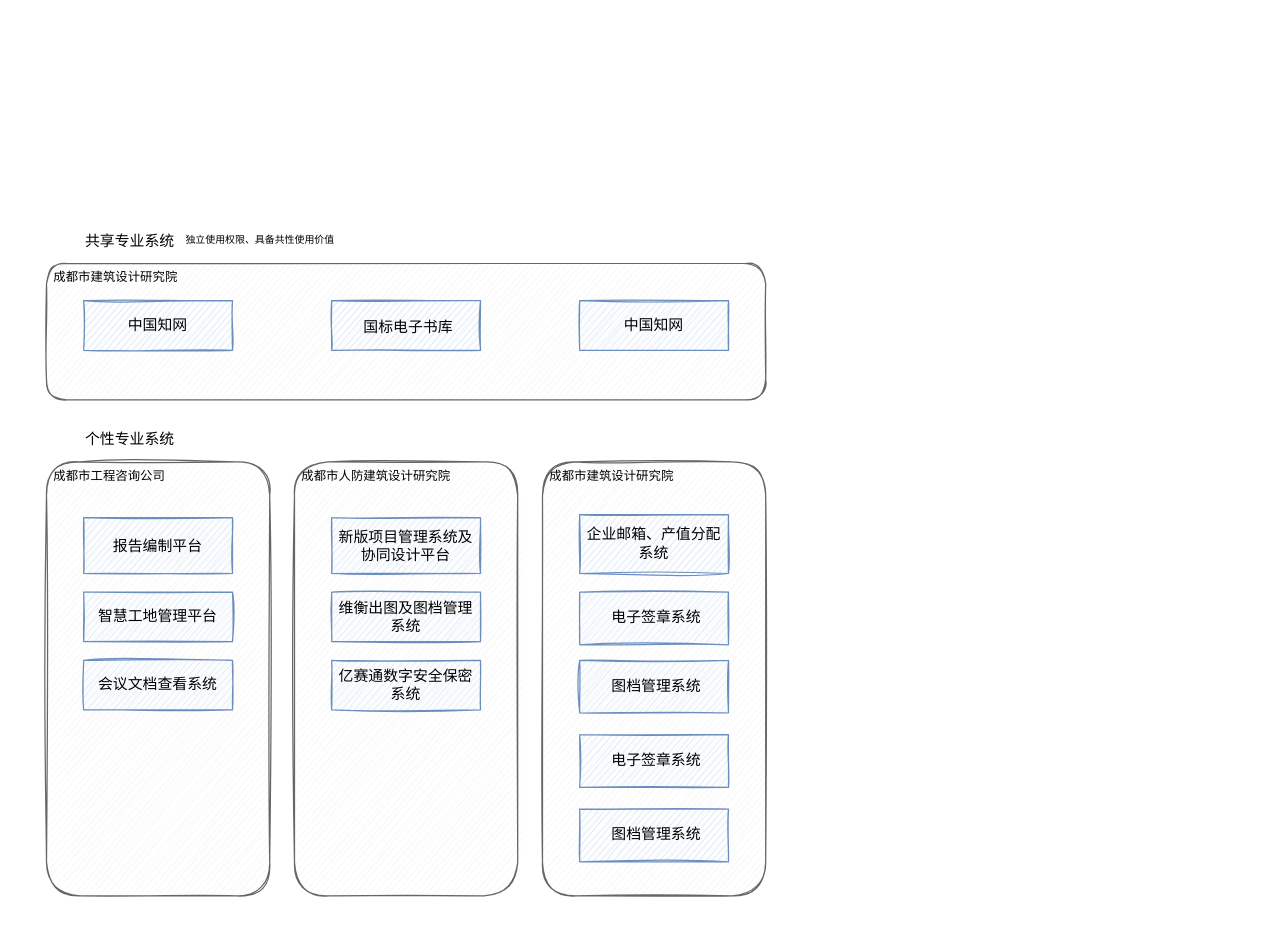
Earlier version of the draw.io diagram cdzx.drawio (imhzx/demo-diagrams). Source tidied: cells renumbered, new cells numbered last; positions are measured from the earlier drawing's top-left corner, leaving out a move shared by most shapes. Both pictures are drawn from the tidied source at 124%, with x=0, y=0 at pixel (21, 226).
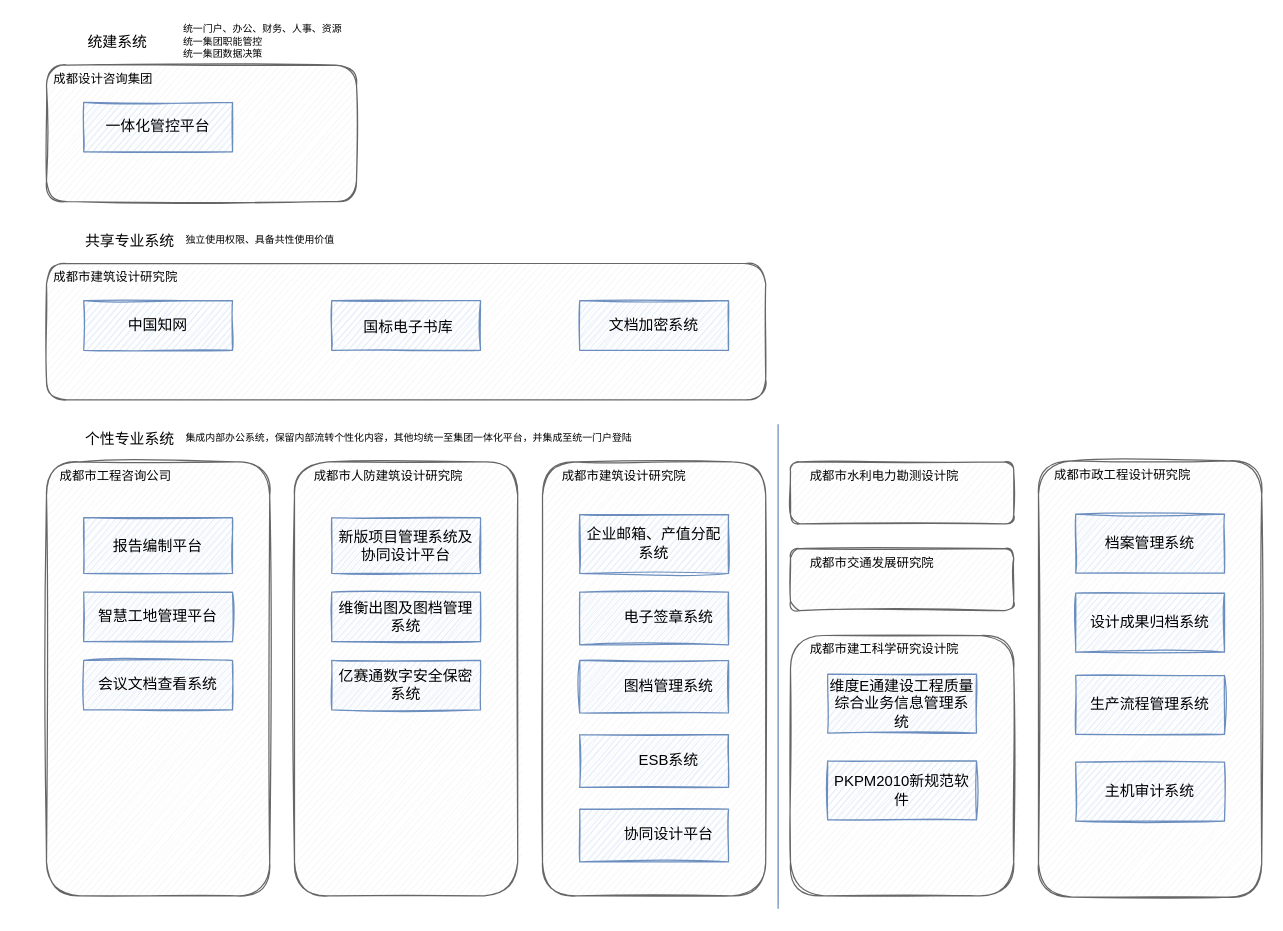
The same page after the edit.

Change to the diagram source:
```diff
@@
-    <mxCell id="4" value="&lt;span style=&quot;color: rgb(0, 0, 0); font-size: 12px; font-style: normal; font-weight: normal; letter-spacing: normal; text-align: justify; text-indent: 24px; text-transform: none; word-spacing: 0px; text-decoration: none; display: inline; float: none;&quot;&gt;中国知网&lt;/span&gt;" style="rounded=0;whiteSpace=wrap;html=1;sketch=1;fillColor=#dae8fc;strokeColor=#6c8ebf;" parent="1" vertex="1">
+    <mxCell id="4" value="&lt;span style=&quot;color: rgb(0 , 0 , 0) ; font-size: 12px ; font-style: normal ; font-weight: normal ; letter-spacing: normal ; text-align: justify ; text-indent: 24px ; text-transform: none ; word-spacing: 0px ; text-decoration: none ; display: inline ; float: none&quot;&gt;文档加密系统&lt;/span&gt;" style="rounded=0;whiteSpace=wrap;html=1;sketch=1;fillColor=#dae8fc;strokeColor=#6c8ebf;" parent="1" vertex="1">
       <mxGeometry x="450" y="60" width="120" height="40" as="geometry" />
     </mxCell>
@@
-    <mxCell id="8" value="&lt;span style=&quot;color: rgb(0 , 0 , 0) ; font-size: 12px ; font-style: normal ; font-weight: normal ; letter-spacing: normal ; text-align: justify ; text-indent: 24px ; text-transform: none ; word-spacing: 0px ; text-decoration: none ; display: inline ; float: none&quot;&gt;报告编制平台&lt;/span&gt;" style="rounded=0;whiteSpace=wrap;html=1;sketch=1;fillColor=#dae8fc;strokeColor=#6c8ebf;" parent="1" vertex="1">
+    <mxCell id="8" value="&lt;span style=&quot;color: rgb(0, 0, 0); font-size: 12px; font-style: normal; font-weight: normal; letter-spacing: normal; text-indent: 24px; text-transform: none; word-spacing: 0px; text-decoration: none; display: inline; float: none;&quot;&gt;报告编制平台&lt;/span&gt;" style="rounded=0;whiteSpace=wrap;html=1;sketch=1;fillColor=#dae8fc;strokeColor=#6c8ebf;align=center;" parent="1" vertex="1">
       <mxGeometry x="50" y="235" width="120" height="45" as="geometry" />
     </mxCell>
@@
     <mxCell id="12" value="&lt;p class=&quot;p1&quot; style=&quot;margin: 0px ; text-indent: 24px ; font-stretch: normal ; line-height: normal ; font-family: &amp;#34;simsong&amp;#34; ; font-size: 10px&quot;&gt;成都市工程咨询公司&lt;/p&gt;" style="text;html=1;align=left;verticalAlign=middle;rounded=0;sketch=1;fontSize=10;" parent="1" vertex="1">
-      <mxGeometry y="190" width="130" height="20" as="geometry" />
+      <mxGeometry x="5" y="190" width="130" height="20" as="geometry" />
     </mxCell>
@@
     <mxCell id="14" value="&lt;p class=&quot;p1&quot; style=&quot;margin: 0px ; text-indent: 24px ; font-stretch: normal ; line-height: normal ; font-family: &amp;#34;simsong&amp;#34; ; font-size: 10px&quot;&gt;成都市人防建筑设计研究院&lt;/p&gt;" style="text;html=1;align=left;verticalAlign=middle;rounded=0;sketch=1;fontSize=10;" parent="1" vertex="1">
-      <mxGeometry x="200" y="190" width="160" height="20" as="geometry" />
+      <mxGeometry x="210" y="190" width="160" height="20" as="geometry" />
     </mxCell>
@@
     <mxCell id="16" value="&lt;p class=&quot;p1&quot; style=&quot;margin: 0px ; text-indent: 24px ; font-stretch: normal ; line-height: normal ; font-family: &amp;#34;simsong&amp;#34; ; font-size: 10px&quot;&gt;成都市建筑设计研究院&lt;/p&gt;" style="text;html=1;align=left;verticalAlign=middle;rounded=0;sketch=1;fontSize=10;" parent="1" vertex="1">
-      <mxGeometry x="400" y="190" width="140" height="20" as="geometry" />
+      <mxGeometry x="410" y="190" width="140" height="20" as="geometry" />
     </mxCell>
-    <mxCell id="17" value="&lt;span style=&quot;color: rgb(0 , 0 , 0) ; font-size: 12px ; font-style: normal ; font-weight: normal ; letter-spacing: normal ; text-align: justify ; text-indent: 24px ; text-transform: none ; word-spacing: 0px ; text-decoration: none ; display: inline ; float: none&quot;&gt;智慧工地管理平台&lt;/span&gt;" style="rounded=0;whiteSpace=wrap;html=1;sketch=1;fillColor=#dae8fc;strokeColor=#6c8ebf;" parent="1" vertex="1">
+    <mxCell id="17" value="&lt;span style=&quot;color: rgb(0, 0, 0); font-size: 12px; font-style: normal; font-weight: normal; letter-spacing: normal; text-indent: 24px; text-transform: none; word-spacing: 0px; text-decoration: none; display: inline; float: none;&quot;&gt;智慧工地管理平台&lt;/span&gt;" style="rounded=0;whiteSpace=wrap;html=1;sketch=1;fillColor=#dae8fc;strokeColor=#6c8ebf;align=center;" parent="1" vertex="1">
       <mxGeometry x="50" y="295" width="120" height="40" as="geometry" />
     </mxCell>
-    <mxCell id="18" value="&lt;span style=&quot;color: rgb(0 , 0 , 0) ; font-size: 12px ; font-style: normal ; font-weight: normal ; letter-spacing: normal ; text-align: justify ; text-indent: 24px ; text-transform: none ; word-spacing: 0px ; text-decoration: none ; display: inline ; float: none&quot;&gt;会议文档查看系统&lt;/span&gt;" style="rounded=0;whiteSpace=wrap;html=1;sketch=1;fillColor=#dae8fc;strokeColor=#6c8ebf;" parent="1" vertex="1">
+    <mxCell id="18" value="&lt;span style=&quot;color: rgb(0, 0, 0); font-size: 12px; font-style: normal; font-weight: normal; letter-spacing: normal; text-indent: 24px; text-transform: none; word-spacing: 0px; text-decoration: none; display: inline; float: none;&quot;&gt;会议文档查看系统&lt;/span&gt;" style="rounded=0;whiteSpace=wrap;html=1;sketch=1;fillColor=#dae8fc;strokeColor=#6c8ebf;align=center;" parent="1" vertex="1">
       <mxGeometry x="50" y="350" width="120" height="40" as="geometry" />
     </mxCell>
@@
-    <mxCell id="23" value="&lt;div style=&quot;text-indent: 24px;&quot;&gt;&lt;span&gt;电子签章系统&lt;/span&gt;&lt;/div&gt;" style="rounded=0;whiteSpace=wrap;html=1;sketch=1;fillColor=#dae8fc;strokeColor=#6c8ebf;align=left;" parent="1" vertex="1">
+    <mxCell id="23" value="&lt;div style=&quot;text-indent: 24px;&quot;&gt;&lt;span&gt;电子签章系统&lt;/span&gt;&lt;/div&gt;" style="rounded=0;whiteSpace=wrap;html=1;sketch=1;fillColor=#dae8fc;strokeColor=#6c8ebf;align=center;" parent="1" vertex="1">
       <mxGeometry x="450" y="295" width="120" height="42.5" as="geometry" />
     </mxCell>
-    <mxCell id="24" value="&lt;div style=&quot;text-indent: 24px;&quot;&gt;&lt;span&gt;图档管理系统&lt;/span&gt;&lt;/div&gt;" style="rounded=0;whiteSpace=wrap;html=1;sketch=1;fillColor=#dae8fc;strokeColor=#6c8ebf;align=left;" parent="1" vertex="1">
+    <mxCell id="24" value="&lt;div style=&quot;text-indent: 24px;&quot;&gt;&lt;span&gt;图档管理系统&lt;/span&gt;&lt;/div&gt;" style="rounded=0;whiteSpace=wrap;html=1;sketch=1;fillColor=#dae8fc;strokeColor=#6c8ebf;align=center;" parent="1" vertex="1">
       <mxGeometry x="450" y="350" width="120" height="42.5" as="geometry" />
     </mxCell>
-    <mxCell id="25" value="&lt;div style=&quot;text-indent: 24px;&quot;&gt;&lt;span&gt;电子签章系统&lt;/span&gt;&lt;/div&gt;" style="rounded=0;whiteSpace=wrap;html=1;sketch=1;fillColor=#dae8fc;strokeColor=#6c8ebf;align=left;" parent="1" vertex="1">
+    <mxCell id="25" value="&lt;div style=&quot;text-indent: 24px&quot;&gt;&lt;span&gt;ESB系统&lt;/span&gt;&lt;/div&gt;" style="rounded=0;whiteSpace=wrap;html=1;sketch=1;fillColor=#dae8fc;strokeColor=#6c8ebf;align=center;" parent="1" vertex="1">
       <mxGeometry x="450" y="410" width="120" height="42.5" as="geometry" />
     </mxCell>
-    <mxCell id="26" value="&lt;div style=&quot;text-indent: 24px;&quot;&gt;&lt;span&gt;图档管理系统&lt;/span&gt;&lt;/div&gt;" style="rounded=0;whiteSpace=wrap;html=1;sketch=1;fillColor=#dae8fc;strokeColor=#6c8ebf;align=left;" parent="1" vertex="1">
+    <mxCell id="26" value="&lt;div style=&quot;text-indent: 24px&quot;&gt;协同设计平台&lt;/div&gt;" style="rounded=0;whiteSpace=wrap;html=1;sketch=1;fillColor=#dae8fc;strokeColor=#6c8ebf;align=center;" parent="1" vertex="1">
       <mxGeometry x="450" y="470" width="120" height="42.5" as="geometry" />
     </mxCell>
+    <mxCell id="27" value="&lt;p class=&quot;p1&quot; style=&quot;margin: 0px ; text-align: justify ; text-indent: 24px ; font-stretch: normal ; line-height: normal ; font-family: &amp;#34;simsong&amp;#34; ; font-size: 8px&quot;&gt;集成内部办公系统，保留内部流转个性化内容，其他均统一至集团一体化平台，并集成至统一门户登陆&lt;/p&gt;" style="text;html=1;align=center;verticalAlign=middle;strokeColor=none;fillColor=none;rounded=0;sketch=1;fontSize=8;" parent="1" vertex="1">
+      <mxGeometry x="100" y="165" width="400" height="10" as="geometry" />
+    </mxCell>
+    <mxCell id="28" style="rounded=1;whiteSpace=wrap;html=1;sketch=1;fontSize=8;fillColor=#f5f5f5;strokeColor=#666666;fontColor=#333333;" parent="1" vertex="1">
+      <mxGeometry x="620" y="190" width="180" height="50" as="geometry" />
+    </mxCell>
+    <mxCell id="29" value="&lt;p class=&quot;p1&quot; style=&quot;margin: 0px ; text-indent: 24px ; font-stretch: normal ; line-height: normal ; font-family: &amp;#34;simsong&amp;#34; ; font-size: 10px&quot;&gt;成都市水利电力勘测设计院&lt;/p&gt;" style="text;html=1;align=left;verticalAlign=middle;rounded=0;sketch=1;fontSize=10;" parent="1" vertex="1">
+      <mxGeometry x="610" y="190" width="160" height="20" as="geometry" />
+    </mxCell>
+    <mxCell id="30" style="rounded=1;whiteSpace=wrap;html=1;sketch=1;fontSize=8;fillColor=#f5f5f5;strokeColor=#666666;fontColor=#333333;" parent="1" vertex="1">
+      <mxGeometry x="620" y="260" width="180" height="50" as="geometry" />
+    </mxCell>
+    <mxCell id="31" value="&lt;p class=&quot;p1&quot; style=&quot;margin: 0px ; text-indent: 24px ; font-stretch: normal ; line-height: normal ; font-family: &amp;#34;simsong&amp;#34; ; font-size: 10px&quot;&gt;成都市交通发展研究院&lt;/p&gt;" style="text;html=1;align=left;verticalAlign=middle;rounded=0;sketch=1;fontSize=10;" parent="1" vertex="1">
+      <mxGeometry x="610" y="260" width="140" height="20" as="geometry" />
+    </mxCell>
+    <mxCell id="32" style="rounded=1;whiteSpace=wrap;html=1;sketch=1;fontSize=8;fillColor=#f5f5f5;strokeColor=#666666;fontColor=#333333;" parent="1" vertex="1">
+      <mxGeometry x="620" y="330" width="180" height="210" as="geometry" />
+    </mxCell>
+    <mxCell id="33" value="&lt;p class=&quot;p1&quot; style=&quot;margin: 0px ; text-indent: 24px ; font-stretch: normal ; line-height: normal ; font-family: &amp;#34;simsong&amp;#34; ; font-size: 10px&quot;&gt;成都市建工科学研究设计院&lt;/p&gt;" style="text;html=1;align=left;verticalAlign=middle;rounded=0;sketch=1;fontSize=10;" parent="1" vertex="1">
+      <mxGeometry x="610" y="330" width="160" height="20" as="geometry" />
+    </mxCell>
+    <mxCell id="34" style="rounded=1;whiteSpace=wrap;html=1;sketch=1;fontSize=8;fillColor=#f5f5f5;strokeColor=#666666;fontColor=#333333;" parent="1" vertex="1">
+      <mxGeometry x="820" y="189.1" width="180" height="351.9" as="geometry" />
+    </mxCell>
+    <mxCell id="35" value="&lt;p class=&quot;p1&quot; style=&quot;margin: 0px ; text-indent: 24px ; font-stretch: normal ; line-height: normal ; font-family: &amp;#34;simsong&amp;#34; ; font-size: 10px&quot;&gt;成都市政工程设计研究院&lt;/p&gt;" style="text;html=1;align=left;verticalAlign=middle;rounded=0;sketch=1;fontSize=10;" parent="1" vertex="1">
+      <mxGeometry x="807" y="189.1" width="150" height="20" as="geometry" />
+    </mxCell>
+    <mxCell id="36" value="&lt;span style=&quot;color: rgb(0 , 0 , 0) ; font-size: 12px ; font-style: normal ; font-weight: normal ; letter-spacing: normal ; text-align: justify ; text-indent: 24px ; text-transform: none ; word-spacing: 0px ; text-decoration: none ; display: inline ; float: none&quot;&gt;档案管理系统&lt;/span&gt;" style="rounded=0;whiteSpace=wrap;html=1;sketch=1;fillColor=#dae8fc;strokeColor=#6c8ebf;" parent="1" vertex="1">
+      <mxGeometry x="850" y="232.2" width="120" height="47.5" as="geometry" />
+    </mxCell>
+    <mxCell id="37" value="&lt;span style=&quot;color: rgb(0 , 0 , 0) ; font-size: 12px ; font-style: normal ; font-weight: normal ; letter-spacing: normal ; text-align: justify ; text-indent: 24px ; text-transform: none ; word-spacing: 0px ; text-decoration: none ; display: inline ; float: none&quot;&gt;设计成果归档系统&lt;/span&gt;" style="rounded=0;whiteSpace=wrap;html=1;sketch=1;fillColor=#dae8fc;strokeColor=#6c8ebf;" parent="1" vertex="1">
+      <mxGeometry x="850" y="295.9" width="120" height="47.5" as="geometry" />
+    </mxCell>
+    <mxCell id="38" value="&lt;span style=&quot;color: rgb(0 , 0 , 0) ; font-size: 12px ; font-style: normal ; font-weight: normal ; letter-spacing: normal ; text-align: justify ; text-indent: 24px ; text-transform: none ; word-spacing: 0px ; text-decoration: none ; display: inline ; float: none&quot;&gt;生产流程管理系统&lt;/span&gt;" style="rounded=0;whiteSpace=wrap;html=1;sketch=1;fillColor=#dae8fc;strokeColor=#6c8ebf;" parent="1" vertex="1">
+      <mxGeometry x="850" y="362.2" width="120" height="47.5" as="geometry" />
+    </mxCell>
+    <mxCell id="39" value="&lt;span style=&quot;color: rgb(0 , 0 , 0) ; font-size: 12px ; font-style: normal ; font-weight: normal ; letter-spacing: normal ; text-align: justify ; text-indent: 24px ; text-transform: none ; word-spacing: 0px ; text-decoration: none ; display: inline ; float: none&quot;&gt;主机审计系统&lt;/span&gt;" style="rounded=0;whiteSpace=wrap;html=1;sketch=1;fillColor=#dae8fc;strokeColor=#6c8ebf;" parent="1" vertex="1">
+      <mxGeometry x="850" y="432.2" width="120" height="47.5" as="geometry" />
+    </mxCell>
+    <mxCell id="40" value="&lt;span style=&quot;color: rgb(0 , 0 , 0) ; font-size: 12px ; font-style: normal ; font-weight: normal ; letter-spacing: normal ; text-align: justify ; text-indent: 24px ; text-transform: none ; word-spacing: 0px ; text-decoration: none ; display: inline ; float: none&quot;&gt;维度E通建设工程质量综合业务信息管理系统&lt;/span&gt;" style="rounded=0;whiteSpace=wrap;html=1;sketch=1;fillColor=#dae8fc;strokeColor=#6c8ebf;" parent="1" vertex="1">
+      <mxGeometry x="650" y="361.2" width="120" height="47.5" as="geometry" />
+    </mxCell>
+    <mxCell id="41" value="&lt;span style=&quot;color: rgb(0 , 0 , 0) ; font-size: 12px ; font-style: normal ; font-weight: normal ; letter-spacing: normal ; text-align: justify ; text-indent: 24px ; text-transform: none ; word-spacing: 0px ; text-decoration: none ; display: inline ; float: none&quot;&gt;PKPM2010新规范软件&lt;/span&gt;" style="rounded=0;whiteSpace=wrap;html=1;sketch=1;fillColor=#dae8fc;strokeColor=#6c8ebf;" parent="1" vertex="1">
+      <mxGeometry x="650" y="431.2" width="120" height="47.5" as="geometry" />
+    </mxCell>
+    <mxCell id="42" value="&lt;p class=&quot;p1&quot; style=&quot;margin: 0px ; text-align: justify ; text-indent: 24px ; font-stretch: normal ; line-height: normal ; font-family: &amp;#34;simsong&amp;#34; ; font-size: 8px&quot;&gt;统一门户、办公、财务、人事、资源&lt;/p&gt;" style="text;html=1;align=center;verticalAlign=middle;strokeColor=none;fillColor=none;rounded=0;sketch=1;fontSize=8;" parent="1" vertex="1">
+      <mxGeometry x="97" y="-165" width="170" height="10" as="geometry" />
+    </mxCell>
+    <mxCell id="43" value="&lt;p class=&quot;p1&quot; style=&quot;margin: 0px ; text-align: justify ; text-indent: 24px ; font-stretch: normal ; line-height: normal ; font-family: &amp;#34;simsong&amp;#34;&quot;&gt;统建系统&lt;/p&gt;" style="text;html=1;align=center;verticalAlign=middle;strokeColor=none;fillColor=none;rounded=0;sketch=1;" parent="1" vertex="1">
+      <mxGeometry x="20" y="-160" width="90" height="20" as="geometry" />
+    </mxCell>
+    <mxCell id="44" style="rounded=1;whiteSpace=wrap;html=1;sketch=1;fontSize=8;fillColor=#f5f5f5;strokeColor=#666666;fontColor=#333333;" parent="1" vertex="1">
+      <mxGeometry x="20" y="-130" width="250" height="110" as="geometry" />
+    </mxCell>
+    <mxCell id="45" value="&lt;span style=&quot;color: rgb(0 , 0 , 0) ; font-size: 12px ; font-style: normal ; font-weight: normal ; letter-spacing: normal ; text-align: justify ; text-indent: 24px ; text-transform: none ; word-spacing: 0px ; text-decoration: none ; display: inline ; float: none&quot;&gt;一体化管控平台&lt;/span&gt;" style="rounded=0;whiteSpace=wrap;html=1;sketch=1;fillColor=#dae8fc;strokeColor=#6c8ebf;" parent="1" vertex="1">
+      <mxGeometry x="50" y="-100" width="120" height="40" as="geometry" />
+    </mxCell>
+    <mxCell id="46" value="&lt;p class=&quot;p1&quot; style=&quot;margin: 0px ; text-indent: 24px ; font-stretch: normal ; line-height: normal ; font-family: &amp;#34;simsong&amp;#34; ; font-size: 10px&quot;&gt;成都设计咨询集团&lt;/p&gt;" style="text;html=1;align=left;verticalAlign=middle;rounded=0;sketch=1;fontSize=10;" parent="1" vertex="1">
+      <mxGeometry y="-130" width="120" height="20" as="geometry" />
+    </mxCell>
+    <mxCell id="47" value="&lt;p class=&quot;p1&quot; style=&quot;margin: 0px ; text-align: justify ; text-indent: 24px ; font-stretch: normal ; line-height: normal ; font-family: &amp;#34;simsong&amp;#34; ; font-size: 8px&quot;&gt;统一集团职能管控&lt;/p&gt;" style="text;html=1;align=center;verticalAlign=middle;strokeColor=none;fillColor=none;rounded=0;sketch=1;fontSize=8;" parent="1" vertex="1">
+      <mxGeometry x="100" y="-155" width="100" height="10" as="geometry" />
+    </mxCell>
+    <mxCell id="48" value="&lt;p class=&quot;p1&quot; style=&quot;margin: 0px ; text-align: justify ; text-indent: 24px ; font-stretch: normal ; line-height: normal ; font-family: &amp;#34;simsong&amp;#34; ; font-size: 8px&quot;&gt;统一集团数据决策&lt;/p&gt;" style="text;html=1;align=center;verticalAlign=middle;strokeColor=none;fillColor=none;rounded=0;sketch=1;fontSize=8;" parent="1" vertex="1">
+      <mxGeometry x="100" y="-145" width="100" height="10" as="geometry" />
+    </mxCell>
+    <mxCell id="49" style="endArrow=none;html=1;sketch=1;fontSize=10;strokeWidth=1;rounded=1;fillColor=#dae8fc;strokeColor=#6c8ebf;" parent="1" edge="1">
+      <mxGeometry relative="1" as="geometry">
+        <mxPoint x="610" y="550" as="sourcePoint" />
+        <mxPoint x="610" y="160" as="targetPoint" />
+      </mxGeometry>
+    </mxCell>
```
